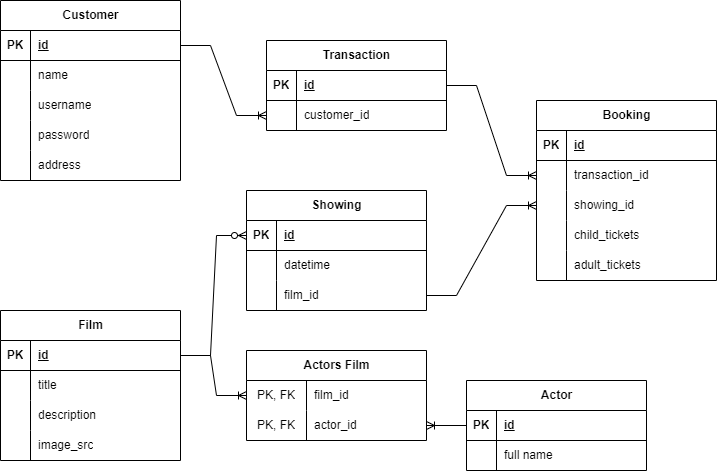
Earlier version of the draw.io export SFIA.png (JHarding-Work/SFIA). Source tidied: cells renumbered, new cells last; positions are measured from the earlier drawing's top-left corner, leaving out a move shared by most shapes.
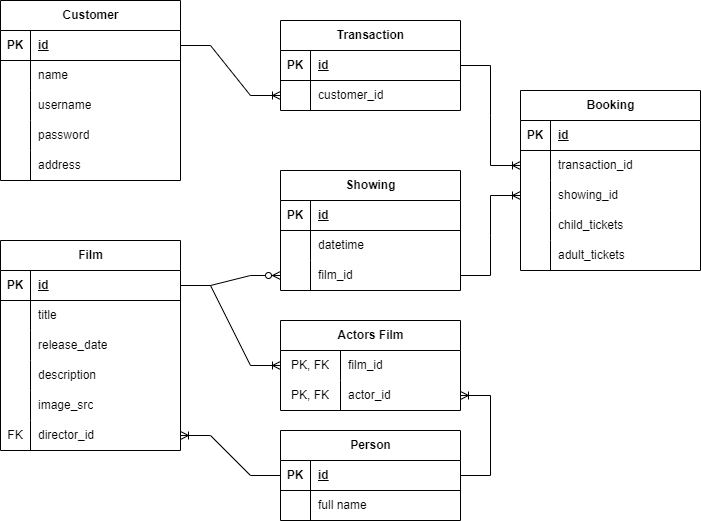
After the commit.

Diff of the diagram source:
```diff
@@ -3,7 +3,7 @@
     <mxCell id="0" />
     <mxCell id="1" parent="0" />
     <mxCell id="2" value="Film" style="shape=table;startSize=30;rowLines=0;fontStyle=1;align=center;html=1;" parent="1" vertex="1">
-      <mxGeometry y="310" width="180" height="150" as="geometry" />
+      <mxGeometry x="16" y="290" width="180" height="210" as="geometry" />
     </mxCell>
     <mxCell id="3" style="shape=tableRow;horizontal=0;startSize=0;swimlaneHead=0;swimlaneBody=0;fillColor=none;points=[[0,0.5],[1,0.5]];portConstraint=eastwest;top=0;left=0;right=0;bottom=1;" parent="2" vertex="1">
       <mxGeometry y="30" width="180" height="30" as="geometry" />
@@ -23,8 +23,17 @@
     <mxCell id="8" value="title" style="shape=partialRectangle;fillColor=none;top=0;left=0;bottom=0;right=0;align=left;spacingLeft=6;overflow=hidden;whiteSpace=wrap;html=1;" parent="6" vertex="1">
       <mxGeometry x="30" width="150" height="30" as="geometry" />
     </mxCell>
+    <mxCell id="84" style="shape=tableRow;horizontal=0;startSize=0;swimlaneHead=0;swimlaneBody=0;fillColor=none;top=0;left=0;right=0;bottom=0;" parent="2" vertex="1">
+      <mxGeometry y="90" width="180" height="30" as="geometry" />
+    </mxCell>
+    <mxCell id="85" style="shape=partialRectangle;fillColor=none;top=0;left=0;bottom=0;right=0;overflow=hidden;whiteSpace=wrap;html=1;" parent="84" vertex="1">
+      <mxGeometry width="30" height="30" as="geometry" />
+    </mxCell>
+    <mxCell id="86" value="release_date" style="shape=partialRectangle;fillColor=none;top=0;left=0;bottom=0;right=0;align=left;spacingLeft=6;overflow=hidden;whiteSpace=wrap;html=1;" parent="84" vertex="1">
+      <mxGeometry x="30" width="150" height="30" as="geometry" />
+    </mxCell>
     <mxCell id="9" style="shape=tableRow;horizontal=0;startSize=0;swimlaneHead=0;swimlaneBody=0;fillColor=none;top=0;left=0;right=0;bottom=0;" parent="2" vertex="1">
-      <mxGeometry y="90" width="180" height="30" as="geometry" />
+      <mxGeometry y="120" width="180" height="30" as="geometry" />
     </mxCell>
     <mxCell id="10" style="shape=partialRectangle;fillColor=none;top=0;left=0;bottom=0;right=0;overflow=hidden;whiteSpace=wrap;html=1;" parent="9" vertex="1">
       <mxGeometry width="30" height="30" as="geometry" />
@@ -33,7 +42,7 @@
       <mxGeometry x="30" width="150" height="30" as="geometry" />
     </mxCell>
     <mxCell id="12" style="shape=tableRow;horizontal=0;startSize=0;swimlaneHead=0;swimlaneBody=0;fillColor=none;top=0;left=0;right=0;bottom=0;" parent="2" vertex="1">
-      <mxGeometry y="120" width="180" height="30" as="geometry" />
+      <mxGeometry y="150" width="180" height="30" as="geometry" />
     </mxCell>
     <mxCell id="13" style="shape=partialRectangle;fillColor=none;top=0;left=0;bottom=0;right=0;overflow=hidden;whiteSpace=wrap;html=1;" parent="12" vertex="1">
       <mxGeometry width="30" height="30" as="geometry" />
@@ -41,8 +50,17 @@
     <mxCell id="14" value="image_src" style="shape=partialRectangle;fillColor=none;top=0;left=0;bottom=0;right=0;align=left;spacingLeft=6;overflow=hidden;whiteSpace=wrap;html=1;" parent="12" vertex="1">
       <mxGeometry x="30" width="150" height="30" as="geometry" />
     </mxCell>
+    <mxCell id="87" style="shape=tableRow;horizontal=0;startSize=0;swimlaneHead=0;swimlaneBody=0;fillColor=none;points=[[0,0.5],[1,0.5]];portConstraint=eastwest;top=0;left=0;right=0;bottom=0;" parent="2" vertex="1">
+      <mxGeometry y="180" width="180" height="30" as="geometry" />
+    </mxCell>
+    <mxCell id="88" value="FK" style="shape=partialRectangle;fillColor=none;top=0;left=0;bottom=0;right=0;overflow=hidden;whiteSpace=wrap;html=1;" parent="87" vertex="1">
+      <mxGeometry width="30" height="30" as="geometry" />
+    </mxCell>
+    <mxCell id="89" value="director_id" style="shape=partialRectangle;fillColor=none;top=0;left=0;bottom=0;right=0;align=left;spacingLeft=6;overflow=hidden;whiteSpace=wrap;html=1;" parent="87" vertex="1">
+      <mxGeometry x="30" width="150" height="30" as="geometry" />
+    </mxCell>
     <mxCell id="15" value="Showing" style="shape=table;startSize=30;rowLines=0;fontStyle=1;align=center;html=1;" parent="1" vertex="1">
-      <mxGeometry x="246" y="190" width="180" height="120" as="geometry" />
+      <mxGeometry x="296" y="220" width="180" height="120" as="geometry" />
     </mxCell>
     <mxCell id="16" style="shape=tableRow;horizontal=0;startSize=0;swimlaneHead=0;swimlaneBody=0;fillColor=none;points=[[0,0.5],[1,0.5]];portConstraint=eastwest;top=0;left=0;right=0;bottom=1;" parent="15" vertex="1">
       <mxGeometry y="30" width="180" height="30" as="geometry" />
@@ -72,7 +90,7 @@
       <mxGeometry x="30" width="150" height="30" as="geometry" />
     </mxCell>
     <mxCell id="25" value="Booking" style="shape=table;startSize=30;rowLines=0;fontStyle=1;align=center;html=1;" parent="1" vertex="1">
-      <mxGeometry x="536" y="100" width="180" height="180" as="geometry" />
+      <mxGeometry x="536" y="140" width="180" height="180" as="geometry" />
     </mxCell>
     <mxCell id="26" style="shape=tableRow;horizontal=0;startSize=0;swimlaneHead=0;swimlaneBody=0;fillColor=none;top=0;left=0;right=0;bottom=1;" parent="25" vertex="1">
       <mxGeometry y="30" width="180" height="30" as="geometry" />
@@ -122,11 +140,11 @@
     <mxCell id="41" style="edgeStyle=entityRelationEdgeStyle;fontSize=12;html=1;endArrow=ERoneToMany;rounded=0;" parent="1" edge="1" source="22" target="32">
       <mxGeometry relative="1" as="geometry" />
     </mxCell>
-    <mxCell id="42" style="edgeStyle=entityRelationEdgeStyle;fontSize=12;html=1;endArrow=ERzeroToMany;endFill=1;rounded=0;" parent="1" edge="1" source="3" target="16">
+    <mxCell id="42" style="edgeStyle=entityRelationEdgeStyle;fontSize=12;html=1;endArrow=ERzeroToMany;endFill=1;rounded=0;" parent="1" edge="1" source="3" target="22">
       <mxGeometry relative="1" as="geometry" />
     </mxCell>
     <mxCell id="43" value="Customer" style="shape=table;startSize=30;rowLines=0;fontStyle=1;align=center;html=1;" parent="1" vertex="1">
-      <mxGeometry width="180" height="180" as="geometry" />
+      <mxGeometry x="16" y="50" width="180" height="180" as="geometry" />
     </mxCell>
     <mxCell id="44" style="shape=tableRow;horizontal=0;startSize=0;swimlaneHead=0;swimlaneBody=0;fillColor=none;points=[[0,0.5],[1,0.5]];portConstraint=eastwest;top=0;left=0;right=0;bottom=1;" parent="43" vertex="1">
       <mxGeometry y="30" width="180" height="30" as="geometry" />
@@ -174,7 +192,7 @@
       <mxGeometry x="30" width="150" height="30" as="geometry" />
     </mxCell>
     <mxCell id="59" value="Transaction" style="shape=table;startSize=30;rowLines=0;fontStyle=1;align=center;html=1;" parent="1" vertex="1">
-      <mxGeometry x="266" y="40" width="180" height="90" as="geometry" />
+      <mxGeometry x="296" y="70" width="180" height="90" as="geometry" />
     </mxCell>
     <mxCell id="60" style="shape=tableRow;horizontal=0;startSize=0;swimlaneHead=0;swimlaneBody=0;fillColor=none;points=[[0,0.5],[1,0.5]];portConstraint=eastwest;top=0;left=0;right=0;bottom=1;" parent="59" vertex="1">
       <mxGeometry y="30" width="180" height="30" as="geometry" />
@@ -200,8 +218,8 @@
     <mxCell id="67" style="edgeStyle=entityRelationEdgeStyle;fontSize=12;html=1;endArrow=ERoneToMany;rounded=0;" parent="1" edge="1" source="44" target="63">
       <mxGeometry relative="1" as="geometry" />
     </mxCell>
-    <mxCell id="68" value="Actor" style="shape=table;startSize=30;rowLines=0;fontStyle=1;align=center;html=1;" parent="1" vertex="1">
-      <mxGeometry x="466" y="380" width="180" height="90" as="geometry" />
+    <mxCell id="68" value="Person" style="shape=table;startSize=30;rowLines=0;fontStyle=1;align=center;html=1;" parent="1" vertex="1">
+      <mxGeometry x="296" y="480" width="180" height="90" as="geometry" />
     </mxCell>
     <mxCell id="69" style="shape=tableRow;horizontal=0;startSize=0;swimlaneHead=0;swimlaneBody=0;fillColor=none;points=[[0,0.5],[1,0.5]];portConstraint=eastwest;top=0;left=0;right=0;bottom=1;" parent="68" vertex="1">
       <mxGeometry y="30" width="180" height="30" as="geometry" />
@@ -222,7 +240,7 @@
       <mxGeometry x="30" width="150" height="30" as="geometry" />
     </mxCell>
     <mxCell id="75" value="Actors Film" style="shape=table;startSize=30;rowLines=0;fontStyle=1;align=center;html=1;" parent="1" vertex="1">
-      <mxGeometry x="246" y="350" width="180" height="90" as="geometry" />
+      <mxGeometry x="296" y="370" width="180" height="90" as="geometry" />
     </mxCell>
     <mxCell id="76" style="shape=tableRow;horizontal=0;startSize=0;swimlaneHead=0;swimlaneBody=0;fillColor=none;points=[[0,0.5],[1,0.5]];portConstraint=eastwest;top=0;left=0;right=0;bottom=0;" parent="75" vertex="1">
       <mxGeometry y="30" width="180" height="30" as="geometry" />
@@ -248,5 +266,8 @@
     <mxCell id="83" style="edgeStyle=entityRelationEdgeStyle;fontSize=12;html=1;endArrow=ERoneToMany;rounded=0;" parent="1" edge="1" source="69" target="79">
       <mxGeometry relative="1" as="geometry" />
     </mxCell>
+    <mxCell id="90" style="edgeStyle=entityRelationEdgeStyle;fontSize=12;html=1;endArrow=ERoneToMany;rounded=0;" parent="1" edge="1" source="69" target="87">
+      <mxGeometry relative="1" as="geometry" />
+    </mxCell>
   </root>
 </mxGraphModel>
```
